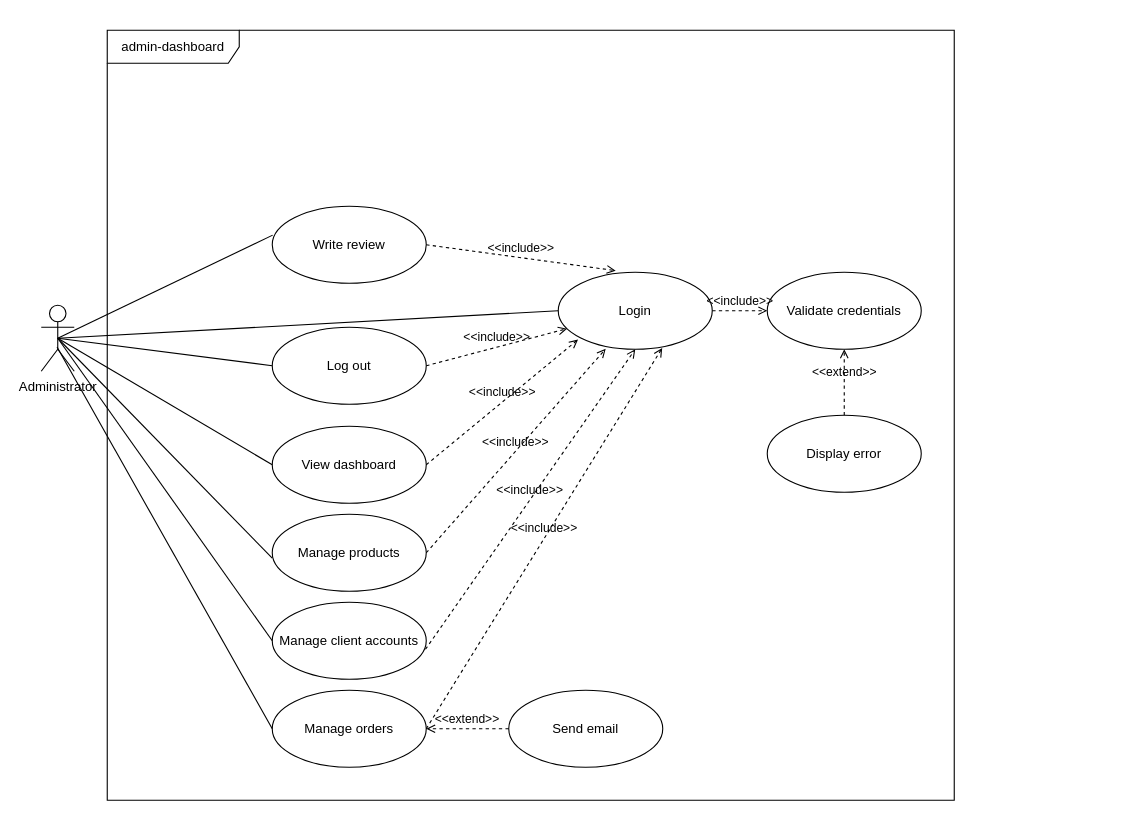
Before: page "admin-dashboard" (2 of 2) of resources/diagrams/use-case.dio in steamysips/steamy-sips, a draw.io diagram. Source tidied: cells renumbered, new cells numbered last; positions are measured from the earlier drawing's top-left corner, leaving out a move shared by most shapes. Both pictures are drawn from the tidied source at 110%, with x=0, y=0 at pixel (41, 30).
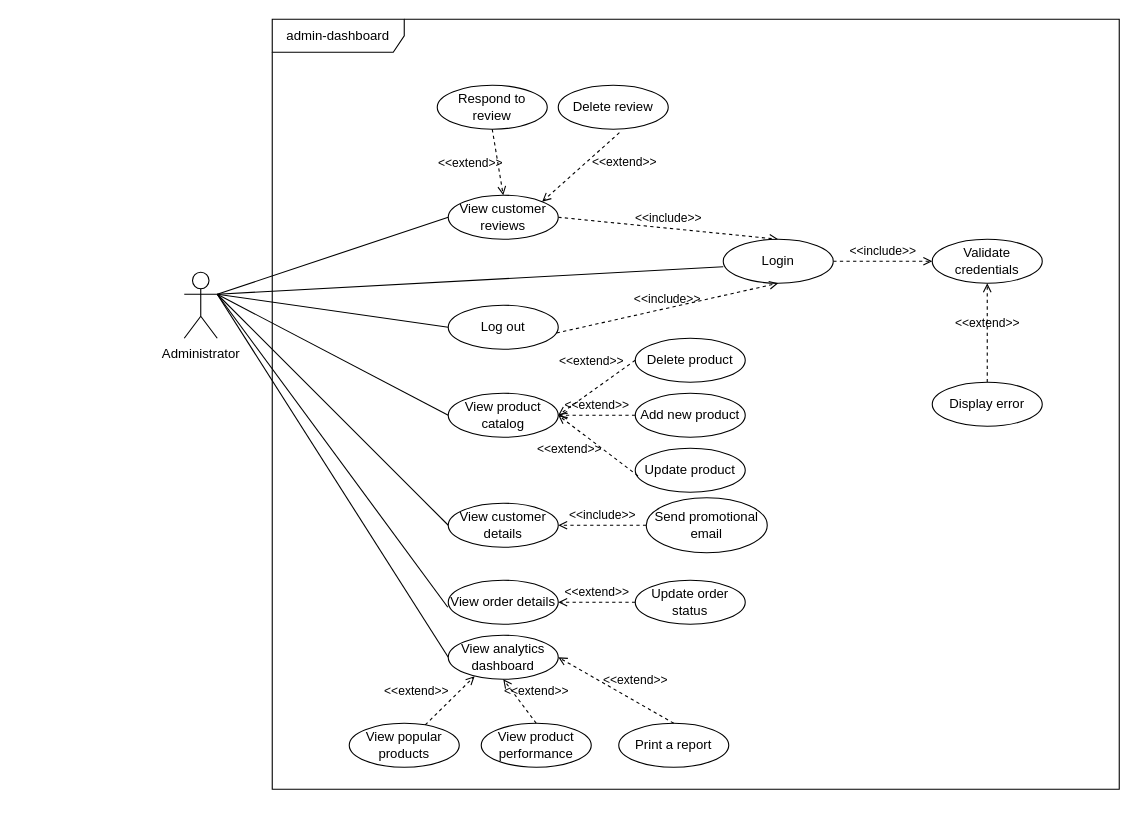
After the change.

Change to the diagram source:
```diff
@@
     <mxCell id="2" value="Administrator" style="shape=umlActor;verticalLabelPosition=bottom;verticalAlign=top;html=1;" parent="1" vertex="1">
-      <mxGeometry y="250" width="30" height="60" as="geometry" />
+      <mxGeometry x="130" y="220" width="30" height="60" as="geometry" />
     </mxCell>
-    <mxCell id="3" value="Login" style="ellipse;whiteSpace=wrap;html=1;" parent="1" vertex="1">
-      <mxGeometry x="470" y="220" width="140" height="70" as="geometry" />
-    </mxCell>
-    <mxCell id="4" value="Log out" style="ellipse;whiteSpace=wrap;html=1;" parent="1" vertex="1">
-      <mxGeometry x="210" y="270" width="140" height="70" as="geometry" />
-    </mxCell>
-    <mxCell id="5" value="View dashboard" style="ellipse;whiteSpace=wrap;html=1;" parent="1" vertex="1">
-      <mxGeometry x="210" y="360" width="140" height="70" as="geometry" />
-    </mxCell>
-    <mxCell id="6" value="Manage products" style="ellipse;whiteSpace=wrap;html=1;" parent="1" vertex="1">
-      <mxGeometry x="210" y="440" width="140" height="70" as="geometry" />
-    </mxCell>
-    <mxCell id="7" value="Manage client accounts" style="ellipse;whiteSpace=wrap;html=1;" parent="1" vertex="1">
-      <mxGeometry x="210" y="520" width="140" height="70" as="geometry" />
-    </mxCell>
-    <mxCell id="8" value="Manage orders" style="ellipse;whiteSpace=wrap;html=1;" parent="1" vertex="1">
-      <mxGeometry x="210" y="600" width="140" height="70" as="geometry" />
-    </mxCell>
-    <mxCell id="9" value="Send email" style="ellipse;whiteSpace=wrap;html=1;" parent="1" vertex="1">
-      <mxGeometry x="425" y="600" width="140" height="70" as="geometry" />
-    </mxCell>
-    <mxCell id="10" value="Write review" style="ellipse;whiteSpace=wrap;html=1;" parent="1" vertex="1">
-      <mxGeometry x="210" y="160" width="140" height="70" as="geometry" />
-    </mxCell>
-    <mxCell id="11" value="&amp;lt;&amp;lt;include&amp;gt;&amp;gt;" style="html=1;verticalAlign=bottom;labelBackgroundColor=none;endArrow=open;endFill=0;dashed=1;exitX=1;exitY=0.5;exitDx=0;exitDy=0;" parent="1" edge="1" source="4" target="3">
-      <mxGeometry relative="1" as="geometry" />
-    </mxCell>
-    <mxCell id="12" style="endArrow=none;html=1;rounded=0;exitX=0;exitY=0.5;exitDx=0;exitDy=0;entryX=0.5;entryY=0.5;entryDx=0;entryDy=0;entryPerimeter=0;" parent="1" edge="1" source="3" target="2">
+    <mxCell id="12" style="endArrow=none;html=1;rounded=0;exitX=0;exitY=0.625;exitDx=0;exitDy=0;entryX=1;entryY=0.3333333333333333;entryDx=0;entryDy=0;entryPerimeter=0;exitPerimeter=0;" parent="1" edge="1" source="3" target="2">
       <mxGeometry relative="1" as="geometry" />
     </mxCell>
-    <mxCell id="13" style="endArrow=none;html=1;rounded=0;entryX=0;entryY=0.5;entryDx=0;entryDy=0;exitX=0.5;exitY=0.5;exitDx=0;exitDy=0;exitPerimeter=0;" parent="1" edge="1" source="2" target="4">
+    <mxCell id="13" style="endArrow=none;html=1;rounded=0;entryX=0;entryY=0.5;entryDx=0;entryDy=0;exitX=1;exitY=0.3333333333333333;exitDx=0;exitDy=0;exitPerimeter=0;" parent="1" edge="1" source="2" target="4">
       <mxGeometry relative="1" as="geometry" />
     </mxCell>
-    <mxCell id="14" style="endArrow=none;html=1;rounded=0;entryX=0.5;entryY=0.5;entryDx=0;entryDy=0;entryPerimeter=0;exitX=0.003;exitY=0.375;exitDx=0;exitDy=0;exitPerimeter=0;" parent="1" edge="1" source="10" target="2">
+    <mxCell id="14" style="endArrow=none;html=1;rounded=0;entryX=1;entryY=0.3333333333333333;entryDx=0;entryDy=0;entryPerimeter=0;exitX=0;exitY=0.5;exitDx=0;exitDy=0;" parent="1" edge="1" source="30" target="2">
       <mxGeometry relative="1" as="geometry" />
     </mxCell>
-    <mxCell id="15" style="endArrow=none;html=1;rounded=0;exitX=0;exitY=0.5;exitDx=0;exitDy=0;entryX=0.479;entryY=0.634;entryDx=0;entryDy=0;entryPerimeter=0;" parent="1" edge="1" source="8" target="2">
+    <mxCell id="15" style="endArrow=none;html=1;rounded=0;exitX=-0.004;exitY=0.613;exitDx=0;exitDy=0;entryX=1;entryY=0.3333333333333333;entryDx=0;entryDy=0;entryPerimeter=0;exitPerimeter=0;" parent="1" edge="1" source="39" target="2">
       <mxGeometry relative="1" as="geometry" />
     </mxCell>
-    <mxCell id="16" style="endArrow=none;html=1;rounded=0;exitX=0;exitY=0.5;exitDx=0;exitDy=0;entryX=0.5;entryY=0.5;entryDx=0;entryDy=0;entryPerimeter=0;" parent="1" edge="1" source="7" target="2">
+    <mxCell id="16" style="endArrow=none;html=1;rounded=0;exitX=0;exitY=0.5;exitDx=0;exitDy=0;entryX=1;entryY=0.3333333333333333;entryDx=0;entryDy=0;entryPerimeter=0;" parent="1" edge="1" source="38" target="2">
       <mxGeometry relative="1" as="geometry" />
     </mxCell>
-    <mxCell id="17" style="endArrow=none;html=1;rounded=0;exitX=0;exitY=0.571;exitDx=0;exitDy=0;exitPerimeter=0;entryX=0.5;entryY=0.5;entryDx=0;entryDy=0;entryPerimeter=0;" parent="1" edge="1" source="6" target="2">
+    <mxCell id="17" style="endArrow=none;html=1;rounded=0;exitX=0;exitY=0.5;exitDx=0;exitDy=0;entryX=1;entryY=0.3333333333333333;entryDx=0;entryDy=0;entryPerimeter=0;" parent="1" edge="1" source="32" target="2">
       <mxGeometry relative="1" as="geometry" />
     </mxCell>
-    <mxCell id="18" style="endArrow=none;html=1;rounded=0;entryX=0;entryY=0.5;entryDx=0;entryDy=0;exitX=0.5;exitY=0.5;exitDx=0;exitDy=0;exitPerimeter=0;" parent="1" edge="1" source="2" target="5">
+    <mxCell id="18" style="endArrow=none;html=1;rounded=0;entryX=0;entryY=0.5;entryDx=0;entryDy=0;exitX=1;exitY=0.3333333333333333;exitDx=0;exitDy=0;exitPerimeter=0;" parent="1" edge="1" source="2" target="31">
       <mxGeometry relative="1" as="geometry" />
     </mxCell>
-    <mxCell id="19" value="&amp;lt;&amp;lt;include&amp;gt;&amp;gt;" style="html=1;verticalAlign=bottom;labelBackgroundColor=none;endArrow=open;endFill=0;dashed=1;exitX=1;exitY=0.5;exitDx=0;exitDy=0;" parent="1" edge="1" source="5">
-      <mxGeometry relative="1" as="geometry">
-        <mxPoint x="488" y="281.2" as="targetPoint" />
-      </mxGeometry>
-    </mxCell>
-    <mxCell id="20" value="&amp;lt;&amp;lt;include&amp;gt;&amp;gt;" style="html=1;verticalAlign=bottom;labelBackgroundColor=none;endArrow=open;endFill=0;dashed=1;exitX=1;exitY=0.5;exitDx=0;exitDy=0;entryX=0.308;entryY=0.995;entryDx=0;entryDy=0;entryPerimeter=0;" parent="1" edge="1" source="6" target="3">
-      <mxGeometry relative="1" as="geometry" />
-    </mxCell>
-    <mxCell id="21" value="&amp;lt;&amp;lt;include&amp;gt;&amp;gt;" style="html=1;verticalAlign=bottom;labelBackgroundColor=none;endArrow=open;endFill=0;dashed=1;exitX=0.995;exitY=0.611;exitDx=0;exitDy=0;exitPerimeter=0;entryX=0.5;entryY=1;entryDx=0;entryDy=0;" parent="1" edge="1" source="7" target="3">
-      <mxGeometry relative="1" as="geometry" />
-    </mxCell>
-    <mxCell id="22" value="&amp;lt;&amp;lt;include&amp;gt;&amp;gt;" style="html=1;verticalAlign=bottom;labelBackgroundColor=none;endArrow=open;endFill=0;dashed=1;exitX=1;exitY=0.5;exitDx=0;exitDy=0;entryX=0.675;entryY=0.984;entryDx=0;entryDy=0;entryPerimeter=0;" parent="1" edge="1" source="8" target="3">
-      <mxGeometry relative="1" as="geometry" />
-    </mxCell>
-    <mxCell id="23" value="&amp;lt;&amp;lt;include&amp;gt;&amp;gt;" style="html=1;verticalAlign=bottom;labelBackgroundColor=none;endArrow=open;endFill=0;dashed=1;exitX=1;exitY=0.5;exitDx=0;exitDy=0;entryX=0.373;entryY=-0.021;entryDx=0;entryDy=0;entryPerimeter=0;" parent="1" edge="1" source="10" target="3">
+    <mxCell id="23" value="&amp;lt;&amp;lt;include&amp;gt;&amp;gt;" style="html=1;verticalAlign=bottom;labelBackgroundColor=none;endArrow=open;endFill=0;dashed=1;exitX=1;exitY=0.5;exitDx=0;exitDy=0;entryX=0.5;entryY=0;entryDx=0;entryDy=0;" parent="1" edge="1" source="30" target="3">
       <mxGeometry relative="1" as="geometry" />
     </mxCell>
-    <mxCell id="24" value="Validate credentials" style="ellipse;whiteSpace=wrap;html=1;" parent="1" vertex="1">
-      <mxGeometry x="660" y="220" width="140" height="70" as="geometry" />
-    </mxCell>
@@
-    <mxCell id="26" value="Display error" style="ellipse;whiteSpace=wrap;html=1;" parent="1" vertex="1">
-      <mxGeometry x="660" y="350" width="140" height="70" as="geometry" />
-    </mxCell>
-    <mxCell id="27" value="&amp;lt;&amp;lt;extend&amp;gt;&amp;gt;" style="html=1;verticalAlign=bottom;labelBackgroundColor=none;endArrow=open;endFill=0;dashed=1;exitX=0.5;exitY=0;exitDx=0;exitDy=0;entryX=0.5;entryY=1;entryDx=0;entryDy=0;" parent="1" edge="1" source="26" target="24">
-      <mxGeometry relative="1" as="geometry" />
+    <mxCell id="27" value="&amp;lt;&amp;lt;extend&amp;gt;&amp;gt;" style="html=1;verticalAlign=bottom;labelBackgroundColor=none;endArrow=open;endFill=0;dashed=1;exitX=0.5;exitY=0;exitDx=0;exitDy=0;entryX=0.5;entryY=1;entryDx=0;entryDy=0;" parent="1" edge="1" target="24">
+      <mxGeometry relative="1" as="geometry">
+        <mxPoint x="860" y="320" as="sourcePoint" />
+      </mxGeometry>
     </mxCell>
     <mxCell id="28" value="admin-dashboard" style="shape=umlFrame;whiteSpace=wrap;html=1;width=120;height=30;" parent="1" vertex="1">
-      <mxGeometry x="60" width="770" height="700" as="geometry" />
+      <mxGeometry x="210" y="-10" width="770" height="700" as="geometry" />
     </mxCell>
+    <mxCell id="30" value="View customer reviews" style="ellipse;whiteSpace=wrap;html=1;align=center;" parent="1" vertex="1">
+      <mxGeometry x="370" y="150" width="100" height="40" as="geometry" />
+    </mxCell>
+    <mxCell id="3" value="Login" style="ellipse;whiteSpace=wrap;html=1;align=center;" parent="1" vertex="1">
+      <mxGeometry x="620" y="190" width="100" height="40" as="geometry" />
+    </mxCell>
+    <mxCell id="4" value="Log out" style="ellipse;whiteSpace=wrap;html=1;align=center;" parent="1" vertex="1">
+      <mxGeometry x="370" y="250" width="100" height="40" as="geometry" />
+    </mxCell>
+    <mxCell id="31" value="View analytics dashboard" style="ellipse;whiteSpace=wrap;html=1;align=center;" parent="1" vertex="1">
+      <mxGeometry x="370" y="550" width="100" height="40" as="geometry" />
+    </mxCell>
+    <mxCell id="32" value="View product&lt;br&gt;catalog" style="ellipse;whiteSpace=wrap;html=1;align=center;" parent="1" vertex="1">
+      <mxGeometry x="370" y="330" width="100" height="40" as="geometry" />
+    </mxCell>
+    <mxCell id="33" value="Add new product" style="ellipse;whiteSpace=wrap;html=1;align=center;" parent="1" vertex="1">
+      <mxGeometry x="540" y="330" width="100" height="40" as="geometry" />
+    </mxCell>
+    <mxCell id="34" value="Update product" style="ellipse;whiteSpace=wrap;html=1;align=center;" parent="1" vertex="1">
+      <mxGeometry x="540" y="380" width="100" height="40" as="geometry" />
+    </mxCell>
+    <mxCell id="35" value="Delete product" style="ellipse;whiteSpace=wrap;html=1;align=center;" parent="1" vertex="1">
+      <mxGeometry x="540" y="280" width="100" height="40" as="geometry" />
+    </mxCell>
-    <mxCell id="29" value="&amp;lt;&amp;lt;extend&amp;gt;&amp;gt;" style="html=1;verticalAlign=bottom;labelBackgroundColor=none;endArrow=open;endFill=0;dashed=1;exitX=0;exitY=0.5;exitDx=0;exitDy=0;entryX=1;entryY=0.5;entryDx=0;entryDy=0;" parent="1" edge="1" source="9" target="8">
-      <mxGeometry relative="1" as="geometry" />
+    <mxCell id="29" value="&amp;lt;&amp;lt;extend&amp;gt;&amp;gt;" style="html=1;verticalAlign=bottom;labelBackgroundColor=none;endArrow=open;endFill=0;dashed=1;exitX=0;exitY=0.5;exitDx=0;exitDy=0;entryX=1;entryY=0.5;entryDx=0;entryDy=0;" parent="1" edge="1" source="35" target="32">
+      <mxGeometry x="-0.11" y="-15" relative="1" as="geometry" />
     </mxCell>
+    <mxCell id="36" value="&amp;lt;&amp;lt;extend&amp;gt;&amp;gt;" style="html=1;verticalAlign=bottom;labelBackgroundColor=none;endArrow=open;endFill=0;dashed=1;exitX=0;exitY=0.5;exitDx=0;exitDy=0;" parent="1" edge="1" source="33">
+      <mxGeometry relative="1" as="geometry">
+        <mxPoint x="470" y="350" as="targetPoint" />
+      </mxGeometry>
+    </mxCell>
+    <mxCell id="37" value="&amp;lt;&amp;lt;extend&amp;gt;&amp;gt;" style="html=1;verticalAlign=bottom;labelBackgroundColor=none;endArrow=open;endFill=0;dashed=1;exitX=0.025;exitY=0.628;exitDx=0;exitDy=0;exitPerimeter=0;entryX=1;entryY=0.5;entryDx=0;entryDy=0;" parent="1" edge="1" source="34" target="32">
+      <mxGeometry x="0.29" y="26" relative="1" as="geometry" />
+    </mxCell>
+    <mxCell id="38" value="View customer details" style="ellipse;whiteSpace=wrap;html=1;align=center;" parent="1" vertex="1">
+      <mxGeometry x="370" y="430" width="100" height="40" as="geometry" />
+    </mxCell>
+    <mxCell id="39" value="View order details" style="ellipse;whiteSpace=wrap;html=1;align=center;" parent="1" vertex="1">
+      <mxGeometry x="370" y="500" width="100" height="40" as="geometry" />
+    </mxCell>
+    <mxCell id="24" value="Validate credentials" style="ellipse;whiteSpace=wrap;html=1;align=center;" parent="1" vertex="1">
+      <mxGeometry x="810" y="190" width="100" height="40" as="geometry" />
+    </mxCell>
+    <mxCell id="26" value="Display error" style="ellipse;whiteSpace=wrap;html=1;align=center;" parent="1" vertex="1">
+      <mxGeometry x="810" y="320" width="100" height="40" as="geometry" />
+    </mxCell>
+    <mxCell id="40" value="Update order status" style="ellipse;whiteSpace=wrap;html=1;align=center;" parent="1" vertex="1">
+      <mxGeometry x="540" y="500" width="100" height="40" as="geometry" />
+    </mxCell>
+    <mxCell id="41" value="Print a report" style="ellipse;whiteSpace=wrap;html=1;align=center;" parent="1" vertex="1">
+      <mxGeometry x="525" y="630" width="100" height="40" as="geometry" />
+    </mxCell>
+    <mxCell id="42" value="&amp;lt;&amp;lt;extend&amp;gt;&amp;gt;" style="html=1;verticalAlign=bottom;labelBackgroundColor=none;endArrow=open;endFill=0;dashed=1;exitX=0.5;exitY=0;exitDx=0;exitDy=0;entryX=1;entryY=0.5;entryDx=0;entryDy=0;" parent="1" edge="1" source="41" target="31">
+      <mxGeometry x="-0.25" y="-9" relative="1" as="geometry" />
+    </mxCell>
+    <mxCell id="43" value="&amp;lt;&amp;lt;extend&amp;gt;&amp;gt;" style="html=1;verticalAlign=bottom;labelBackgroundColor=none;endArrow=open;endFill=0;dashed=1;exitX=0;exitY=0.5;exitDx=0;exitDy=0;" parent="1" edge="1" source="40" target="39">
+      <mxGeometry relative="1" as="geometry" />
+    </mxCell>
+    <mxCell id="44" value="Respond to review" style="ellipse;whiteSpace=wrap;html=1;align=center;" parent="1" vertex="1">
+      <mxGeometry x="360" y="50" width="100" height="40" as="geometry" />
+    </mxCell>
+    <mxCell id="45" value="&amp;lt;&amp;lt;extend&amp;gt;&amp;gt;" style="html=1;verticalAlign=bottom;labelBackgroundColor=none;endArrow=open;endFill=0;dashed=1;exitX=0.5;exitY=1;exitDx=0;exitDy=0;entryX=0.5;entryY=0;entryDx=0;entryDy=0;" parent="1" edge="1" source="44" target="30">
+      <mxGeometry x="0.19" y="-26" relative="1" as="geometry" />
+    </mxCell>
+    <mxCell id="46" value="Delete review" style="ellipse;whiteSpace=wrap;html=1;align=center;" parent="1" vertex="1">
+      <mxGeometry x="470" y="50" width="100" height="40" as="geometry" />
+    </mxCell>
+    <mxCell id="47" value="&amp;lt;&amp;lt;extend&amp;gt;&amp;gt;" style="html=1;verticalAlign=bottom;labelBackgroundColor=none;endArrow=open;endFill=0;dashed=1;exitX=0.556;exitY=1.078;exitDx=0;exitDy=0;exitPerimeter=0;entryX=1;entryY=0;entryDx=0;entryDy=0;" parent="1" edge="1" source="46" target="30">
+      <mxGeometry x="-0.55" y="30" relative="1" as="geometry" />
+    </mxCell>
+    <mxCell id="11" value="&amp;lt;&amp;lt;include&amp;gt;&amp;gt;" style="html=1;verticalAlign=bottom;labelBackgroundColor=none;endArrow=open;endFill=0;dashed=1;exitX=0.985;exitY=0.63;exitDx=0;exitDy=0;entryX=0.5;entryY=1;entryDx=0;entryDy=0;exitPerimeter=0;" parent="1" edge="1" source="4" target="3">
+      <mxGeometry relative="1" as="geometry" />
+    </mxCell>
+    <mxCell id="48" value="Send promotional email" style="ellipse;whiteSpace=wrap;html=1;align=center;" parent="1" vertex="1">
+      <mxGeometry x="550" y="425" width="110" height="50" as="geometry" />
+    </mxCell>
+    <mxCell id="49" value="View popular products" style="ellipse;whiteSpace=wrap;html=1;align=center;" parent="1" vertex="1">
+      <mxGeometry x="280" y="630" width="100" height="40" as="geometry" />
+    </mxCell>
+    <mxCell id="50" value="View product performance" style="ellipse;whiteSpace=wrap;html=1;align=center;" parent="1" vertex="1">
+      <mxGeometry x="400" y="630" width="100" height="40" as="geometry" />
+    </mxCell>
+    <mxCell id="51" value="&amp;lt;&amp;lt;include&amp;gt;&amp;gt;" style="html=1;verticalAlign=bottom;labelBackgroundColor=none;endArrow=open;endFill=0;dashed=1;exitX=0;exitY=0.5;exitDx=0;exitDy=0;entryX=1;entryY=0.5;entryDx=0;entryDy=0;" parent="1" edge="1" source="48" target="38">
+      <mxGeometry relative="1" as="geometry" />
+    </mxCell>
+    <mxCell id="52" value="&amp;lt;&amp;lt;extend&amp;gt;&amp;gt;" style="html=1;verticalAlign=bottom;labelBackgroundColor=none;endArrow=open;endFill=0;dashed=1;entryX=0.24;entryY=0.93;entryDx=0;entryDy=0;entryPerimeter=0;" parent="1" edge="1" source="49" target="31">
+      <mxGeometry x="-0.72" y="21" relative="1" as="geometry" />
+    </mxCell>
+    <mxCell id="53" value="&amp;lt;&amp;lt;extend&amp;gt;&amp;gt;" style="html=1;verticalAlign=bottom;labelBackgroundColor=none;endArrow=open;endFill=0;dashed=1;exitX=0.5;exitY=0;exitDx=0;exitDy=0;entryX=0.5;entryY=1;entryDx=0;entryDy=0;" parent="1" edge="1" source="50" target="31">
+      <mxGeometry x="-0.36" y="-12" relative="1" as="geometry" />
+    </mxCell>
```
